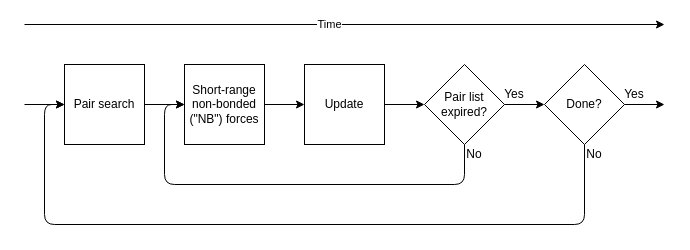
ENCCS/gromacs-gpu-performance keeps this draw.io diagram as content/diagrams/molecular-dynamics-short-range-and-pair-lists.drawio. Above is the earlier version. Source tidied: cells renumbered, new cells numbered last; positions are measured from the earlier drawing's top-left corner, leaving out a move shared by most shapes. Both pictures are drawn from the tidied source at 100%, with x=0, y=0 at pixel (24, 24).
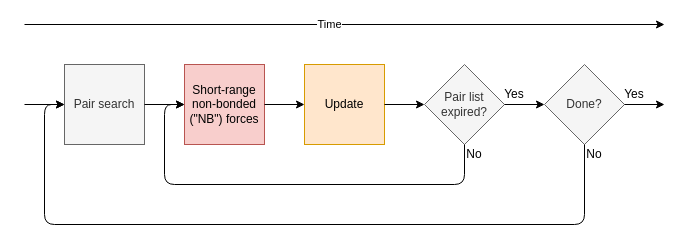
The same diagram, later.

What changed in the source:
```diff
@@
-    <mxCell id="4" value="Update" style="whiteSpace=wrap;html=1;" parent="1" vertex="1">
+    <mxCell id="4" value="Update" style="whiteSpace=wrap;html=1;fillColor=#ffe6cc;strokeColor=#d79b00;" parent="1" vertex="1">
       <mxGeometry x="280" y="40" width="80" height="80" as="geometry" />
     </mxCell>
@@
-    <mxCell id="6" value="Pair list expired?" style="rhombus;whiteSpace=wrap;html=1;" parent="1" vertex="1">
+    <mxCell id="6" value="Pair list expired?" style="rhombus;whiteSpace=wrap;html=1;fillColor=#f5f5f5;strokeColor=#666666;fontColor=#333333;" parent="1" vertex="1">
       <mxGeometry x="400" y="40" width="80" height="80" as="geometry" />
     </mxCell>
@@
-    <mxCell id="11" value="Pair search" style="whiteSpace=wrap;html=1;" parent="1" vertex="1">
+    <mxCell id="11" value="Pair search" style="whiteSpace=wrap;html=1;fillColor=#f5f5f5;strokeColor=#666666;fontColor=#333333;" parent="1" vertex="1">
       <mxGeometry x="40" y="40" width="80" height="80" as="geometry" />
     </mxCell>
-    <mxCell id="12" value="Short-range&lt;br&gt;non-bonded (&quot;NB&quot;) forces" style="whiteSpace=wrap;html=1;" parent="1" vertex="1">
+    <mxCell id="12" value="Short-range&lt;br&gt;non-bonded (&quot;NB&quot;) forces" style="whiteSpace=wrap;html=1;fillColor=#f8cecc;strokeColor=#b85450;" parent="1" vertex="1">
       <mxGeometry x="160" y="40" width="80" height="80" as="geometry" />
     </mxCell>
@@
-    <mxCell id="14" value="Done?" style="rhombus;whiteSpace=wrap;html=1;" parent="1" vertex="1">
+    <mxCell id="14" value="Done?" style="rhombus;whiteSpace=wrap;html=1;fillColor=#f5f5f5;strokeColor=#666666;fontColor=#333333;" parent="1" vertex="1">
       <mxGeometry x="520" y="40" width="80" height="80" as="geometry" />
     </mxCell>
```
